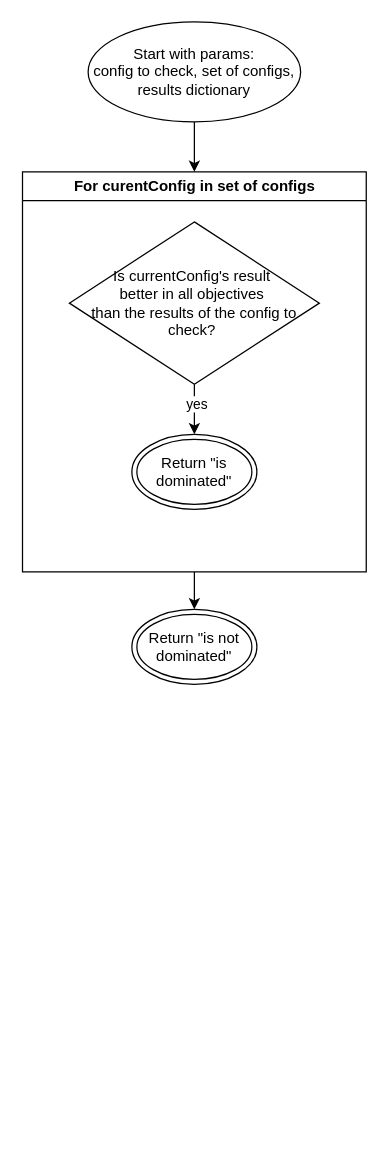
The draw.io diagram page "Is Dominated" (4 of 13) of scheme/Orchestrator.drawio in R-a-d-u/PSATSimSimulation, before the edit. Source tidied: cells renumbered, new cells numbered last; positions are measured from the earlier drawing's top-left corner, leaving out a move shared by most shapes. Both pictures are drawn from the tidied source at 125%, with x=0, y=0 at pixel (22, 21).
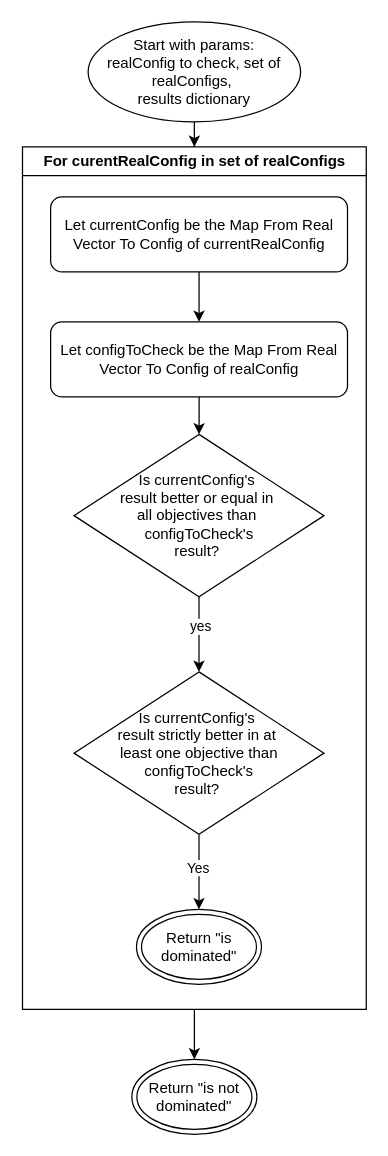
Above is the later version.

What changed in the source:
```diff
@@
-    <mxCell id="3" value="Start with params:&lt;br&gt;config to check, set of configs, results dictionary" style="ellipse;whiteSpace=wrap;html=1;" parent="1" vertex="1">
+    <mxCell id="3" value="Start with params:&lt;br&gt;realConfig to check, set of realConfigs,&amp;nbsp;&lt;div&gt;results dictionary&lt;/div&gt;" style="ellipse;whiteSpace=wrap;html=1;" parent="1" vertex="1">
       <mxGeometry x="52" width="170" height="80" as="geometry" />
     </mxCell>
@@
-    <mxCell id="5" value="For curentConfig in set of configs" style="swimlane;whiteSpace=wrap;html=1;" parent="1" vertex="1">
-      <mxGeometry x="-0.5" y="120" width="275" height="320" as="geometry" />
+    <mxCell id="5" value="For curentRealConfig in set of realConfigs" style="swimlane;whiteSpace=wrap;html=1;" parent="1" vertex="1">
+      <mxGeometry x="-0.5" y="100" width="275" height="690" as="geometry" />
     </mxCell>
-    <mxCell id="6" style="edgeStyle=orthogonalEdgeStyle;rounded=0;jettySize=auto;html=1;" parent="5" edge="1" source="8">
+    <mxCell id="6" style="edgeStyle=orthogonalEdgeStyle;rounded=0;jettySize=auto;html=1;" parent="5" edge="1" source="8" target="17">
       <mxGeometry relative="1" as="geometry">
-        <mxPoint x="137.5" y="210" as="targetPoint" />
+        <Array as="points">
+          <mxPoint x="141" y="390" />
+          <mxPoint x="142" y="390" />
+        </Array>
       </mxGeometry>
     </mxCell>
@@
-    <mxCell id="8" value="Is currentConfig's result&amp;nbsp;&lt;div&gt;better in all objectives&amp;nbsp;&lt;/div&gt;&lt;div&gt;than the results of the config to check?&amp;nbsp;&lt;/div&gt;" style="rhombus;whiteSpace=wrap;html=1;" parent="5" vertex="1">
-      <mxGeometry x="37.5" y="40" width="200" height="130" as="geometry" />
+    <mxCell id="8" value="Is currentConfig's&amp;nbsp;&lt;div&gt;result&amp;nbsp;&lt;span style=&quot;background-color: initial;&quot;&gt;better or equal in&amp;nbsp;&lt;/span&gt;&lt;/div&gt;&lt;div&gt;&lt;span style=&quot;background-color: initial;&quot;&gt;all objectives&amp;nbsp;&lt;/span&gt;&lt;span style=&quot;background-color: initial;&quot;&gt;than&amp;nbsp;&lt;/span&gt;&lt;/div&gt;&lt;div&gt;&lt;span style=&quot;background-color: initial;&quot;&gt;configToCheck's&lt;/span&gt;&lt;/div&gt;&lt;div&gt;&lt;div&gt;result?&amp;nbsp;&lt;/div&gt;&lt;/div&gt;" style="rhombus;whiteSpace=wrap;html=1;" parent="5" vertex="1">
+      <mxGeometry x="41.2" y="230" width="200" height="130" as="geometry" />
     </mxCell>
     <mxCell id="9" value="Return &quot;is dominated&quot;" style="ellipse;shape=doubleEllipse;whiteSpace=wrap;html=1;" parent="5" vertex="1">
-      <mxGeometry x="87.5" y="210" width="100" height="60" as="geometry" />
+      <mxGeometry x="91.2" y="610" width="100" height="60" as="geometry" />
     </mxCell>
+    <mxCell id="11" style="edgeStyle=orthogonalEdgeStyle;rounded=0;jettySize=auto;html=1;" parent="5" edge="1" source="12" target="14">
+      <mxGeometry relative="1" as="geometry" />
+    </mxCell>
+    <mxCell id="12" value="Let currentConfig be the Map From Real Vector To Config of currentRealConfig" style="rounded=1;whiteSpace=wrap;html=1;" parent="5" vertex="1">
+      <mxGeometry x="22.5" y="40" width="237.5" height="60" as="geometry" />
+    </mxCell>
+    <mxCell id="13" style="edgeStyle=orthogonalEdgeStyle;rounded=0;jettySize=auto;html=1;" parent="5" edge="1" source="14" target="8">
+      <mxGeometry relative="1" as="geometry" />
+    </mxCell>
+    <mxCell id="14" value="Let configToCheck be the Map From Real Vector To Config of realConfig" style="rounded=1;whiteSpace=wrap;html=1;" parent="5" vertex="1">
+      <mxGeometry x="22.5" y="140" width="237.5" height="60" as="geometry" />
+    </mxCell>
+    <mxCell id="15" style="edgeStyle=orthogonalEdgeStyle;rounded=0;jettySize=auto;html=1;" parent="5" edge="1" source="17" target="9">
+      <mxGeometry relative="1" as="geometry">
+        <Array as="points">
+          <mxPoint x="141" y="580" />
+          <mxPoint x="141" y="580" />
+        </Array>
+      </mxGeometry>
+    </mxCell>
+    <mxCell id="16" value="Yes" style="edgeLabel;html=1;align=center;verticalAlign=middle;" parent="15" vertex="1">
+      <mxGeometry x="-0.12" y="-1" relative="1" as="geometry" />
+    </mxCell>
+    <mxCell id="17" value="Is currentConfig's&amp;nbsp;&lt;div&gt;result strictly better in at&amp;nbsp;&lt;/div&gt;&lt;div&gt;least&amp;nbsp;&lt;span style=&quot;background-color: initial;&quot;&gt;one objective than&lt;/span&gt;&lt;/div&gt;&lt;div&gt;&lt;span style=&quot;background-color: initial;&quot;&gt;configToCheck's&lt;/span&gt;&lt;/div&gt;&lt;div&gt;&lt;span style=&quot;background-color: initial;&quot;&gt;result?&amp;nbsp;&lt;/span&gt;&lt;/div&gt;" style="rhombus;whiteSpace=wrap;html=1;" parent="5" vertex="1">
+      <mxGeometry x="41.2" y="420" width="200" height="130" as="geometry" />
+    </mxCell>
     <mxCell id="10" value="Return &quot;is not dominated&quot;" style="ellipse;shape=doubleEllipse;whiteSpace=wrap;html=1;" parent="1" vertex="1">
-      <mxGeometry x="87" y="470" width="100" height="60" as="geometry" />
+      <mxGeometry x="87" y="830" width="100" height="60" as="geometry" />
     </mxCell>
```
